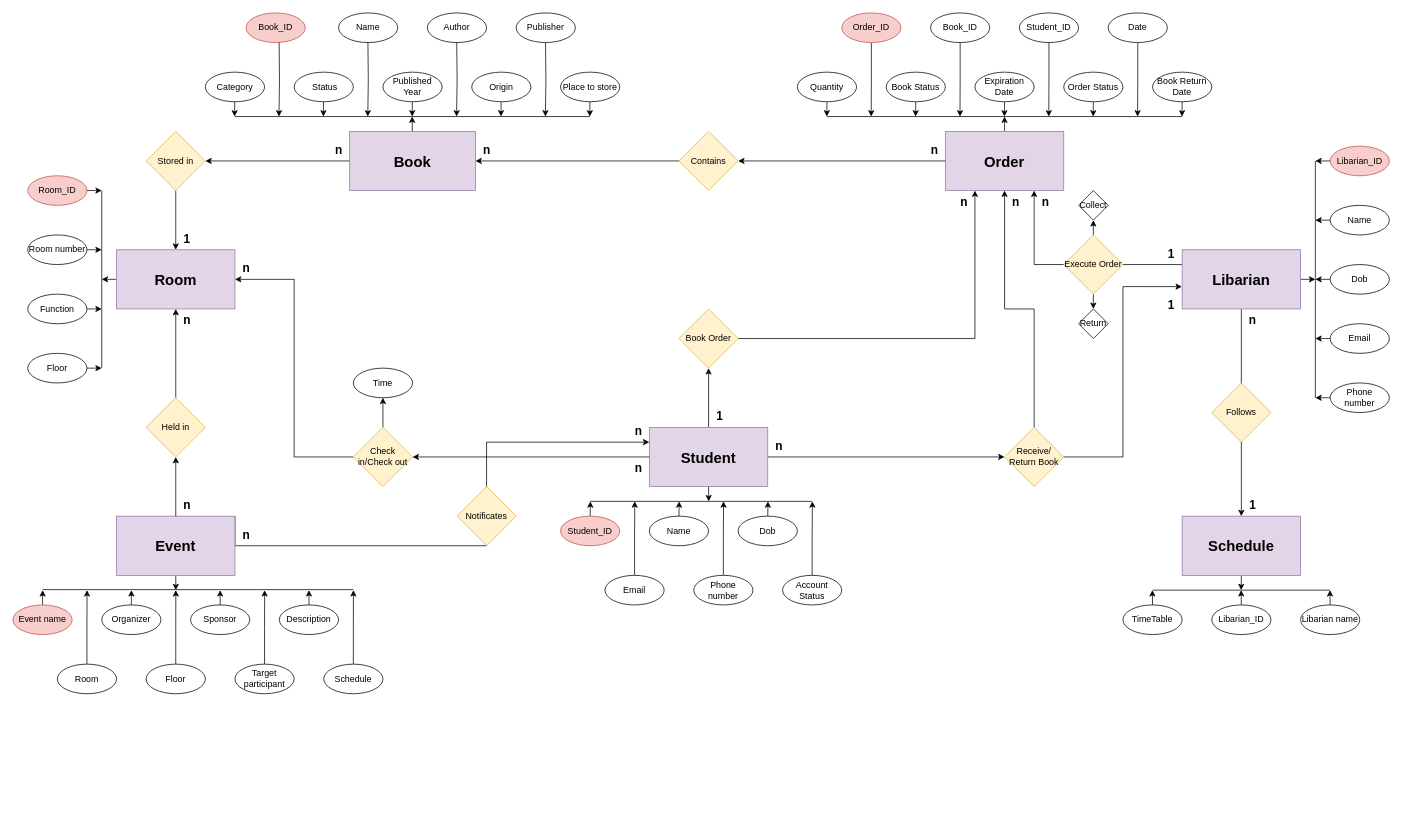
Earlier version of the draw.io diagram erd.drawio (Dovanvu09/LibraryManagement). Source tidied: cells renumbered, new cells numbered last; positions are measured from the earlier drawing's top-left corner, leaving out a move shared by most shapes. Both pictures are drawn from the tidied source at 74%, with x=0, y=0 at pixel (13, 13).
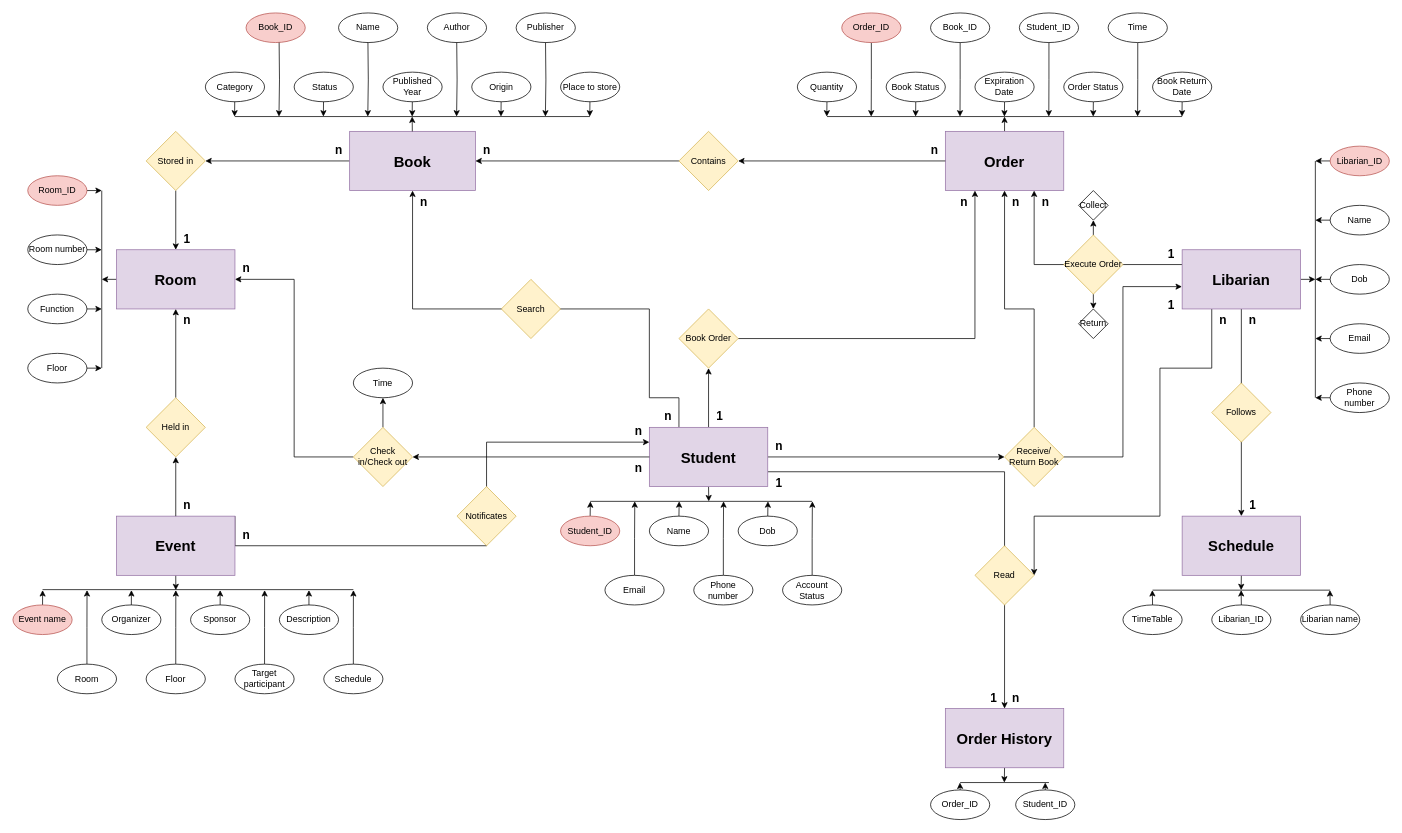
The same diagram, later.

Commit message (it also covers changes not shown here):
Cập nhật erd.drawio

Unchanged cells that the change refers to:
```xml
<mxCell id="6" value="&lt;b&gt;&lt;font style=&quot;font-size: 20px;&quot;&gt;Student&lt;/font&gt;&lt;/b&gt;" style="rounded=0;whiteSpace=wrap;html=1;fillColor=#e1d5e7;strokeColor=#9673a6;" parent="1" vertex="1">
  <mxGeometry x="860" y="560" width="160" height="80" as="geometry" />
</mxCell>
<mxCell id="8" value="&lt;font style=&quot;font-size: 20px;&quot;&gt;&lt;b&gt;Book&lt;/b&gt;&lt;/font&gt;" style="rounded=0;whiteSpace=wrap;html=1;fillColor=#e1d5e7;strokeColor=#9673a6;" parent="1" vertex="1">
  <mxGeometry x="455" y="160" width="170" height="80" as="geometry" />
</mxCell>
<mxCell id="12" value="&lt;b&gt;&lt;font style=&quot;font-size: 20px;&quot;&gt;Libarian&lt;/font&gt;&lt;/b&gt;" style="rounded=0;whiteSpace=wrap;html=1;fillColor=#e1d5e7;strokeColor=#9673a6;" parent="1" vertex="1">
  <mxGeometry x="1580" y="320" width="160" height="80" as="geometry" />
</mxCell>
```

Diff of the diagram source:
```diff
@@
+    <mxCell id="161" style="edgeStyle=orthogonalEdgeStyle;rounded=0;jettySize=auto;html=1;exitX=0.25;exitY=0;exitDx=0;exitDy=0;entryX=0.5;entryY=1;entryDx=0;entryDy=0;" parent="1" edge="1" source="6" target="8">
+      <mxGeometry relative="1" as="geometry">
+        <Array as="points">
+          <mxPoint x="900" y="520" />
+          <mxPoint x="860" y="520" />
+          <mxPoint x="860" y="400" />
+          <mxPoint x="540" y="400" />
+        </Array>
+      </mxGeometry>
+    </mxCell>
+    <mxCell id="162" style="edgeStyle=orthogonalEdgeStyle;rounded=0;jettySize=auto;html=1;exitX=1;exitY=0.75;exitDx=0;exitDy=0;entryX=0.5;entryY=0;entryDx=0;entryDy=0;" parent="1" edge="1" source="6" target="166">
+      <mxGeometry relative="1" as="geometry" />
+    </mxCell>
@@
+    <mxCell id="163" style="edgeStyle=orthogonalEdgeStyle;rounded=0;jettySize=auto;html=1;exitX=0.25;exitY=1;exitDx=0;exitDy=0;entryX=1;entryY=0.5;entryDx=0;entryDy=0;" parent="1" edge="1" source="12" target="172">
+      <mxGeometry relative="1" as="geometry">
+        <Array as="points">
+          <mxPoint x="1620" y="480" />
+          <mxPoint x="1550" y="480" />
+          <mxPoint x="1550" y="680" />
+          <mxPoint x="1380" y="680" />
+        </Array>
+      </mxGeometry>
+    </mxCell>
@@
-    <mxCell id="89" value="Date" style="ellipse;whiteSpace=wrap;html=1;" parent="1" vertex="1">
+    <mxCell id="89" value="Time" style="ellipse;whiteSpace=wrap;html=1;" parent="1" vertex="1">
       <mxGeometry x="1480" width="80" height="40" as="geometry" />
     </mxCell>
@@
+    <mxCell id="164" value="Search" style="rhombus;whiteSpace=wrap;html=1;fillColor=#fff2cc;strokeColor=#d6b656;" parent="1" vertex="1">
+      <mxGeometry x="660" y="360" width="80" height="80" as="geometry" />
+    </mxCell>
+    <mxCell id="165" style="edgeStyle=orthogonalEdgeStyle;rounded=0;jettySize=auto;html=1;exitX=0.5;exitY=1;exitDx=0;exitDy=0;" parent="1" edge="1" source="166">
+      <mxGeometry relative="1" as="geometry">
+        <mxPoint x="1339.7" y="1040" as="targetPoint" />
+      </mxGeometry>
+    </mxCell>
+    <mxCell id="166" value="&lt;b&gt;&lt;font style=&quot;font-size: 20px;&quot;&gt;Order History&lt;/font&gt;&lt;/b&gt;" style="rounded=0;whiteSpace=wrap;html=1;fillColor=#e1d5e7;strokeColor=#9673a6;" parent="1" vertex="1">
+      <mxGeometry x="1260" y="940" width="160" height="80" as="geometry" />
+    </mxCell>
+    <mxCell id="167" style="edgeStyle=orthogonalEdgeStyle;rounded=0;jettySize=auto;html=1;exitX=0.5;exitY=0;exitDx=0;exitDy=0;" parent="1" edge="1" source="168">
+      <mxGeometry relative="1" as="geometry">
+        <mxPoint x="1279.7" y="1040" as="targetPoint" />
+      </mxGeometry>
+    </mxCell>
+    <mxCell id="168" value="Order_ID" style="ellipse;whiteSpace=wrap;html=1;" parent="1" vertex="1">
+      <mxGeometry x="1240" y="1050" width="80" height="40" as="geometry" />
+    </mxCell>
+    <mxCell id="169" style="edgeStyle=orthogonalEdgeStyle;rounded=0;jettySize=auto;html=1;exitX=0.5;exitY=0;exitDx=0;exitDy=0;" parent="1" edge="1" source="170">
+      <mxGeometry relative="1" as="geometry">
+        <mxPoint x="1395" y="1040" as="targetPoint" />
+      </mxGeometry>
+    </mxCell>
+    <mxCell id="170" value="Student_ID" style="ellipse;whiteSpace=wrap;html=1;" parent="1" vertex="1">
+      <mxGeometry x="1355" y="1050" width="80" height="40" as="geometry" />
+    </mxCell>
+    <mxCell id="171" style="endArrow=none;html=1;rounded=0;" parent="1" edge="1">
+      <mxGeometry relative="1" as="geometry">
+        <mxPoint x="1280" y="1040" as="sourcePoint" />
+        <mxPoint x="1400" y="1040" as="targetPoint" />
+      </mxGeometry>
+    </mxCell>
+    <mxCell id="172" value="Read" style="rhombus;whiteSpace=wrap;html=1;fillColor=#fff2cc;strokeColor=#d6b656;" parent="1" vertex="1">
+      <mxGeometry x="1300" y="720" width="80" height="80" as="geometry" />
+    </mxCell>
+    <mxCell id="173" value="&lt;b&gt;&lt;font style=&quot;font-size: 16px;&quot;&gt;1&lt;/font&gt;&lt;/b&gt;" style="text;html=1;align=center;verticalAlign=middle;strokeColor=none;fillColor=none;" parent="1" vertex="1">
+      <mxGeometry x="1020" y="620" width="30" height="30" as="geometry" />
+    </mxCell>
+    <mxCell id="174" value="&lt;b&gt;&lt;font style=&quot;font-size: 16px;&quot;&gt;1&lt;/font&gt;&lt;/b&gt;" style="text;html=1;align=center;verticalAlign=middle;strokeColor=none;fillColor=none;" parent="1" vertex="1">
+      <mxGeometry x="1310" y="910" width="30" height="30" as="geometry" />
+    </mxCell>
+    <mxCell id="175" value="&lt;b&gt;&lt;font style=&quot;font-size: 16px;&quot;&gt;n&lt;/font&gt;&lt;/b&gt;" style="text;html=1;align=center;verticalAlign=middle;strokeColor=none;fillColor=none;" parent="1" vertex="1">
+      <mxGeometry x="1620" y="400" width="30" height="30" as="geometry" />
+    </mxCell>
+    <mxCell id="176" value="&lt;b&gt;&lt;font style=&quot;font-size: 16px;&quot;&gt;n&lt;/font&gt;&lt;/b&gt;" style="text;html=1;align=center;verticalAlign=middle;strokeColor=none;fillColor=none;" parent="1" vertex="1">
+      <mxGeometry x="1340" y="910" width="30" height="30" as="geometry" />
+    </mxCell>
+    <mxCell id="177" value="&lt;b&gt;&lt;font style=&quot;font-size: 16px;&quot;&gt;n&lt;/font&gt;&lt;/b&gt;" style="text;html=1;align=center;verticalAlign=middle;strokeColor=none;fillColor=none;" parent="1" vertex="1">
+      <mxGeometry x="870" y="530" width="30" height="30" as="geometry" />
+    </mxCell>
+    <mxCell id="178" value="&lt;b&gt;&lt;font style=&quot;font-size: 16px;&quot;&gt;n&lt;/font&gt;&lt;/b&gt;" style="text;html=1;align=center;verticalAlign=middle;strokeColor=none;fillColor=none;" parent="1" vertex="1">
+      <mxGeometry x="540" y="240" width="30" height="30" as="geometry" />
+    </mxCell>
```
